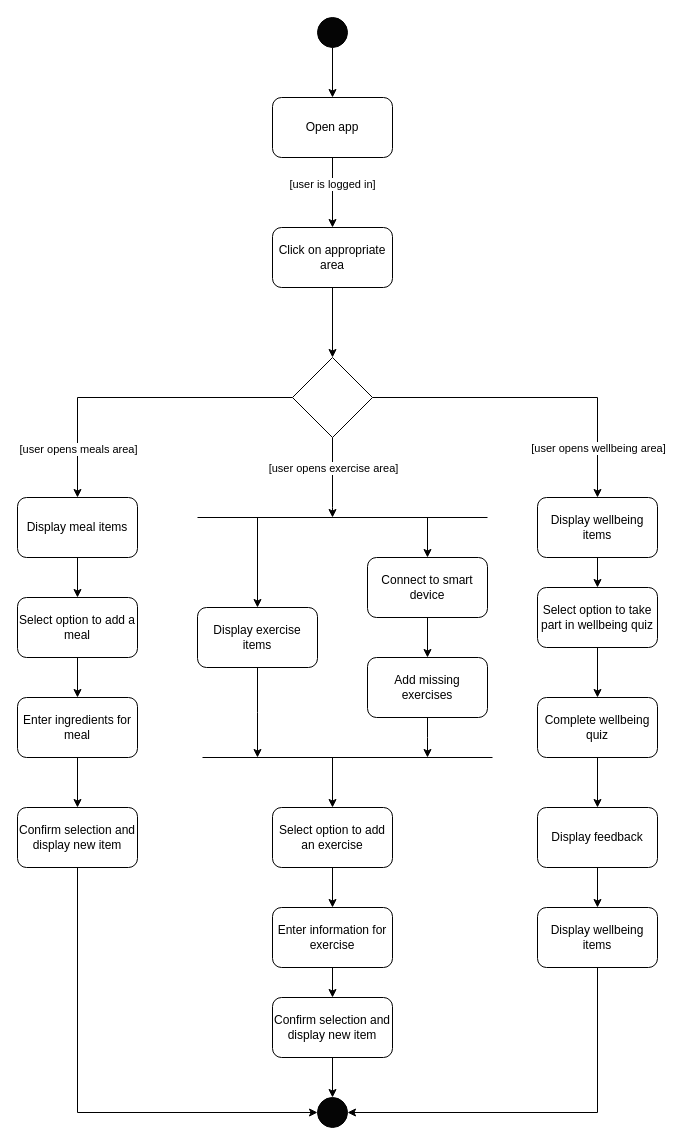
This is ActivityDiagram_ViewActivities.drawio from ahammond3aws/DC2SEN, a draw.io file, before an edit. Source tidied: cells renumbered, new cells numbered last; positions are measured from the earlier drawing's top-left corner, leaving out a move shared by most shapes. Both pictures are drawn from the tidied source at 100%, with x=0, y=0 at pixel (17, 17).
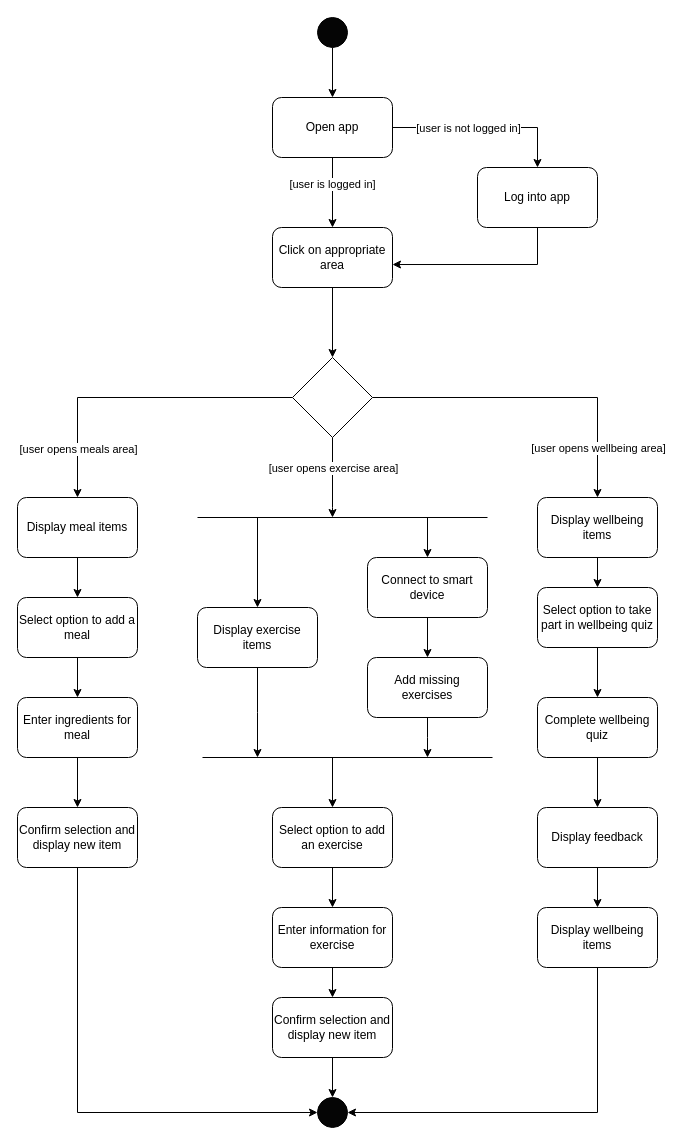
The same page after the edit.

The change refers to these unchanged cells:
```xml
<mxCell id="6" value="Open app" style="rounded=1;whiteSpace=wrap;html=1;fillColor=#FFFFFF;" parent="1" vertex="1">
  <mxGeometry x="255" y="80" width="120" height="60" as="geometry" />
</mxCell>
<mxCell id="12" value="Click on appropriate area" style="rounded=1;whiteSpace=wrap;html=1;fillColor=#FFFFFF;" parent="1" vertex="1">
  <mxGeometry x="255" y="210" width="120" height="60" as="geometry" />
</mxCell>
```

Change to the diagram source:
```diff
@@
+    <mxCell id="52" style="edgeStyle=orthogonalEdgeStyle;rounded=0;jettySize=auto;html=1;entryX=0.5;entryY=0;entryDx=0;entryDy=0;" parent="1" edge="1" source="6" target="55">
+      <mxGeometry relative="1" as="geometry" />
+    </mxCell>
+    <mxCell id="53" value="[user is not logged in]" style="edgeLabel;html=1;align=center;verticalAlign=middle;" parent="52" vertex="1">
+      <mxGeometry x="-0.53" y="-2" relative="1" as="geometry">
+        <mxPoint x="32" y="-2" as="offset" />
+      </mxGeometry>
+    </mxCell>
@@
+    <mxCell id="54" style="edgeStyle=orthogonalEdgeStyle;rounded=0;jettySize=auto;html=1;entryX=1;entryY=0.617;entryDx=0;entryDy=0;entryPerimeter=0;" parent="1" edge="1" source="55" target="12">
+      <mxGeometry relative="1" as="geometry">
+        <Array as="points">
+          <mxPoint x="520" y="247" />
+        </Array>
+      </mxGeometry>
+    </mxCell>
+    <mxCell id="55" value="Log into app" style="rounded=1;whiteSpace=wrap;html=1;fillColor=#FFFFFF;" parent="1" vertex="1">
+      <mxGeometry x="460" y="150" width="120" height="60" as="geometry" />
+    </mxCell>
```
